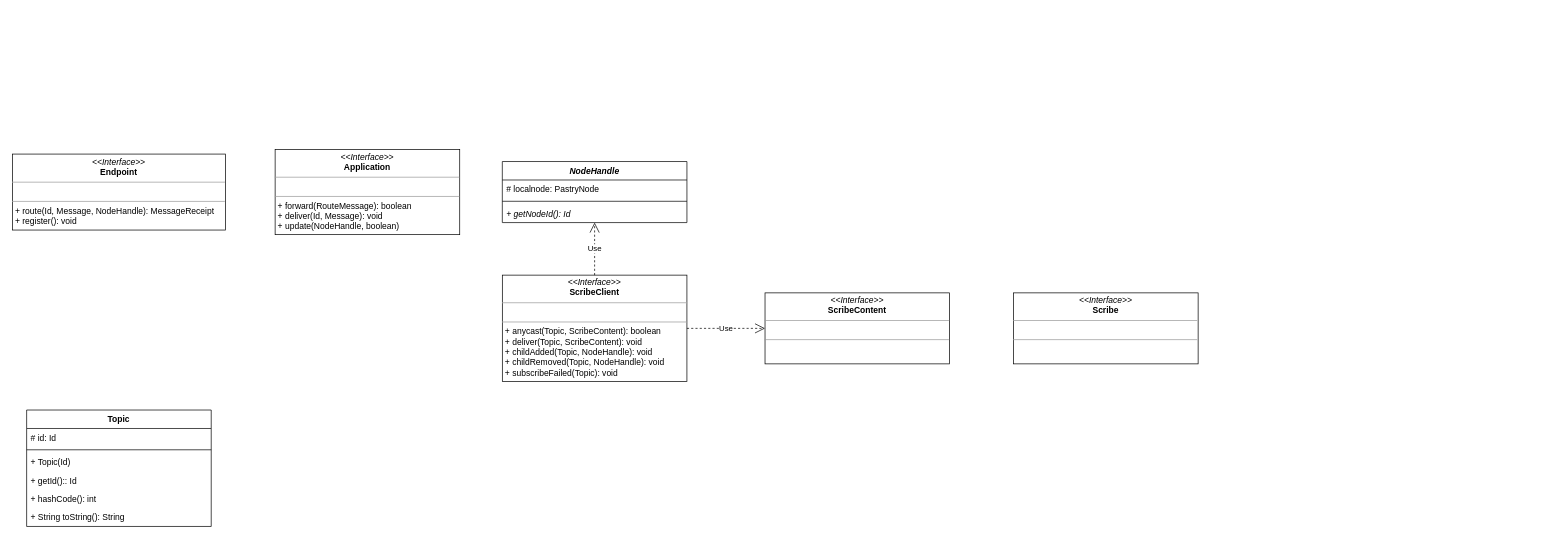
OneOverThree/PastryTest keeps this draw.io diagram as Scribe.drawio. Above is the earlier version. Source tidied: cells renumbered, new cells numbered last; positions are measured from the earlier drawing's top-left corner, leaving out a move shared by most shapes. Both pictures are drawn from the tidied source at 71%, with x=0, y=0 at pixel (12, 149).
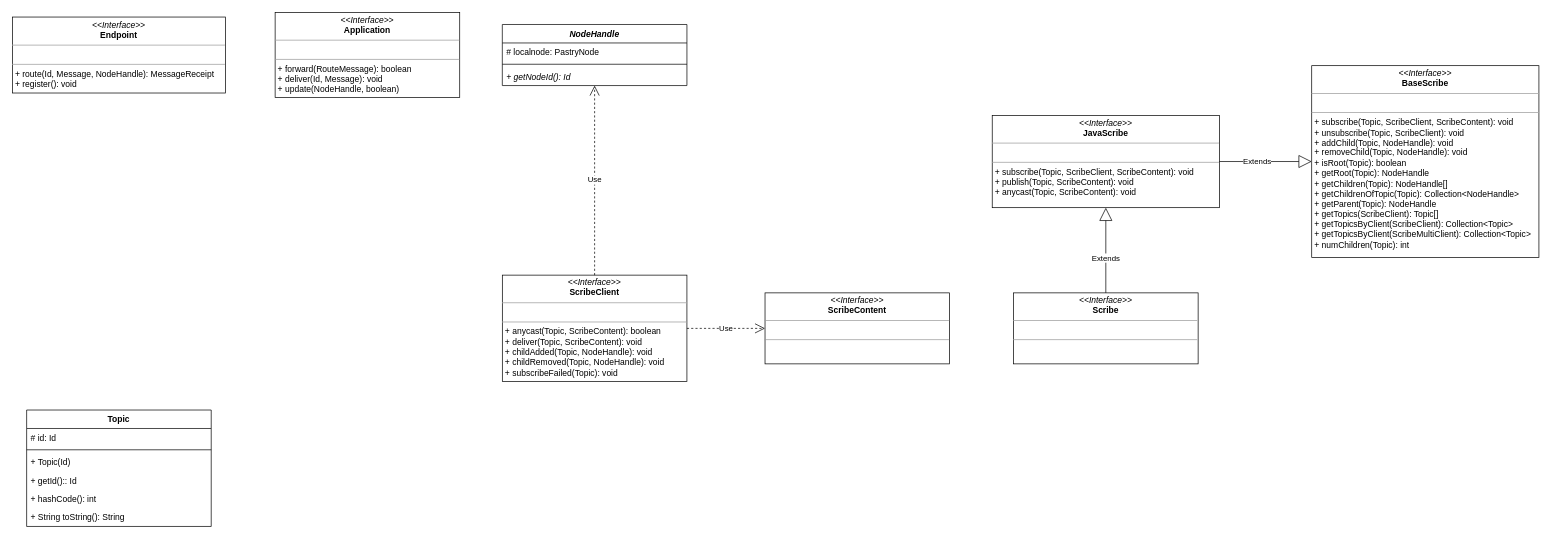
The same diagram, later.

The change refers to these unchanged cells:
```xml
<mxCell id="19" value="&lt;p style=&quot;margin:0px;margin-top:4px;text-align:center;&quot;&gt;&lt;i&gt;&amp;lt;&amp;lt;Interface&amp;gt;&amp;gt;&lt;/i&gt;&lt;br&gt;&lt;b&gt;Scribe&lt;/b&gt;&lt;br&gt;&lt;/p&gt;&lt;hr size=&quot;1&quot;&gt;&lt;p style=&quot;margin:0px;margin-left:4px;&quot;&gt;&lt;br&gt;&lt;/p&gt;&lt;hr size=&quot;1&quot;&gt;&lt;p style=&quot;margin:0px;margin-left:4px;&quot;&gt;&lt;br&gt;&lt;/p&gt;" style="verticalAlign=top;align=left;overflow=fill;fontSize=12;fontFamily=Helvetica;html=1;rounded=0;shadow=0;comic=0;labelBackgroundColor=none;strokeWidth=1;" parent="1" vertex="1">
  <mxGeometry x="1410" y="202" width="260" height="100" as="geometry" />
</mxCell>
```

Change to the diagram source:
```diff
@@
     <mxCell id="2" value="&lt;p style=&quot;margin:0px;margin-top:4px;text-align:center;&quot;&gt;&lt;i&gt;&amp;lt;&amp;lt;Interface&amp;gt;&amp;gt;&lt;/i&gt;&lt;br&gt;&lt;b&gt;Application&lt;/b&gt;&lt;br&gt;&lt;/p&gt;&lt;hr size=&quot;1&quot;&gt;&lt;p style=&quot;margin:0px;margin-left:4px;&quot;&gt;&lt;br&gt;&lt;/p&gt;&lt;hr size=&quot;1&quot;&gt;&lt;p style=&quot;margin:0px;margin-left:4px;&quot;&gt;+ forward(RouteMessage): boolean&lt;br&gt;&lt;/p&gt;&lt;p style=&quot;margin:0px;margin-left:4px;&quot;&gt;+ deliver(Id, Message)&lt;span style=&quot;background-color: initial;&quot;&gt;: void&lt;/span&gt;&lt;/p&gt;&lt;p style=&quot;margin:0px;margin-left:4px;&quot;&gt;&lt;span style=&quot;background-color: initial;&quot;&gt;+ update(NodeHandle, boolean)&lt;/span&gt;&lt;/p&gt;" style="verticalAlign=top;align=left;overflow=fill;fontSize=12;fontFamily=Helvetica;html=1;rounded=0;shadow=0;comic=0;labelBackgroundColor=none;strokeWidth=1;" parent="1" vertex="1">
-      <mxGeometry x="370" width="260" height="120" as="geometry" />
+      <mxGeometry x="370" y="-193" width="260" height="120" as="geometry" />
     </mxCell>
@@
     <mxCell id="4" value="NodeHandle" style="swimlane;fontStyle=3;align=center;verticalAlign=top;horizontal=1;startSize=26;" parent="1" vertex="1">
-      <mxGeometry x="690" y="17" width="260" height="86" as="geometry" />
+      <mxGeometry x="690" y="-176" width="260" height="86" as="geometry" />
     </mxCell>
@@
     <mxCell id="18" value="&lt;p style=&quot;margin:0px;margin-top:4px;text-align:center;&quot;&gt;&lt;i&gt;&amp;lt;&amp;lt;Interface&amp;gt;&amp;gt;&lt;/i&gt;&lt;br&gt;&lt;b&gt;Endpoint&lt;/b&gt;&lt;br&gt;&lt;/p&gt;&lt;hr size=&quot;1&quot;&gt;&lt;p style=&quot;margin:0px;margin-left:4px;&quot;&gt;&lt;br&gt;&lt;/p&gt;&lt;hr size=&quot;1&quot;&gt;&lt;p style=&quot;margin:0px;margin-left:4px;&quot;&gt;+ route(Id, Message, NodeHandle): MessageReceipt&lt;br&gt;&lt;/p&gt;&lt;p style=&quot;margin:0px;margin-left:4px;&quot;&gt;+&amp;nbsp;register()&lt;span style=&quot;background-color: initial;&quot;&gt;: void&lt;/span&gt;&lt;/p&gt;" style="verticalAlign=top;align=left;overflow=fill;fontSize=12;fontFamily=Helvetica;html=1;rounded=0;shadow=0;comic=0;labelBackgroundColor=none;strokeWidth=1;" parent="1" vertex="1">
-      <mxGeometry y="6.5" width="300" height="107" as="geometry" />
+      <mxGeometry y="-186.5" width="300" height="107" as="geometry" />
     </mxCell>
@@
+    <mxCell id="20" value="&lt;p style=&quot;margin:0px;margin-top:4px;text-align:center;&quot;&gt;&lt;i&gt;&amp;lt;&amp;lt;Interface&amp;gt;&amp;gt;&lt;/i&gt;&lt;br&gt;&lt;b&gt;JavaScribe&lt;/b&gt;&lt;br&gt;&lt;/p&gt;&lt;hr size=&quot;1&quot;&gt;&lt;p style=&quot;margin:0px;margin-left:4px;&quot;&gt;&lt;br&gt;&lt;/p&gt;&lt;hr size=&quot;1&quot;&gt;&lt;p style=&quot;margin:0px;margin-left:4px;&quot;&gt;+ subscribe(Topic, ScribeClient, ScribeContent): void&lt;/p&gt;&lt;p style=&quot;margin:0px;margin-left:4px;&quot;&gt;+ publish(Topic, ScribeContent): void&lt;/p&gt;&lt;p style=&quot;margin:0px;margin-left:4px;&quot;&gt;+ anycast(Topic, ScribeContent): void&lt;/p&gt;" style="verticalAlign=top;align=left;overflow=fill;fontSize=12;fontFamily=Helvetica;html=1;rounded=0;shadow=0;comic=0;labelBackgroundColor=none;strokeWidth=1;" parent="1" vertex="1">
+      <mxGeometry x="1380" y="-48" width="320" height="130" as="geometry" />
+    </mxCell>
+    <mxCell id="21" value="Extends" style="endArrow=block;endSize=16;endFill=0;html=1;rounded=0;" parent="1" edge="1" source="19" target="20">
+      <mxGeometry x="-0.18" relative="1" as="geometry" />
+    </mxCell>
+    <mxCell id="22" value="&lt;p style=&quot;margin:0px;margin-top:4px;text-align:center;&quot;&gt;&lt;i&gt;&amp;lt;&amp;lt;Interface&amp;gt;&amp;gt;&lt;/i&gt;&lt;br&gt;&lt;b&gt;BaseScribe&lt;/b&gt;&lt;br&gt;&lt;/p&gt;&lt;hr size=&quot;1&quot;&gt;&lt;p style=&quot;margin:0px;margin-left:4px;&quot;&gt;&lt;br&gt;&lt;/p&gt;&lt;hr size=&quot;1&quot;&gt;&lt;p style=&quot;margin:0px;margin-left:4px;&quot;&gt;+ subscribe(Topic, ScribeClient, ScribeContent): void&lt;/p&gt;&lt;p style=&quot;margin:0px;margin-left:4px;&quot;&gt;+ unsubscribe(Topic, ScribeClient): void&lt;br&gt;&lt;/p&gt;&lt;p style=&quot;margin:0px;margin-left:4px;&quot;&gt;+ addChild(Topic, NodeHandle): void&lt;/p&gt;&lt;p style=&quot;margin:0px;margin-left:4px;&quot;&gt;+ removeChild(Topic, NodeHandle): void&lt;/p&gt;&lt;p style=&quot;margin:0px;margin-left:4px;&quot;&gt;+ isRoot(Topic): boolean&lt;/p&gt;&lt;p style=&quot;margin:0px;margin-left:4px;&quot;&gt;+ getRoot(Topic): NodeHandle&lt;/p&gt;&lt;p style=&quot;margin:0px;margin-left:4px;&quot;&gt;+ getChildren(Topic): NodeHandle[]&lt;/p&gt;&lt;p style=&quot;margin:0px;margin-left:4px;&quot;&gt;+ getChildrenOfTopic(Topic): Collection&amp;lt;NodeHandle&amp;gt;&lt;/p&gt;&lt;p style=&quot;margin:0px;margin-left:4px;&quot;&gt;+ getParent(Topic): NodeHandle&lt;/p&gt;&lt;p style=&quot;margin:0px;margin-left:4px;&quot;&gt;+ getTopics(ScribeClient): Topic[]&lt;/p&gt;&lt;p style=&quot;margin:0px;margin-left:4px;&quot;&gt;+ getTopicsByClient(ScribeClient): Collection&amp;lt;Topic&amp;gt;&lt;/p&gt;&lt;p style=&quot;margin:0px;margin-left:4px;&quot;&gt;+ getTopicsByClient(ScribeMultiClient): Collection&amp;lt;Topic&amp;gt;&lt;/p&gt;&lt;p style=&quot;margin:0px;margin-left:4px;&quot;&gt;+ numChildren(Topic): int&lt;/p&gt;" style="verticalAlign=top;align=left;overflow=fill;fontSize=12;fontFamily=Helvetica;html=1;rounded=0;shadow=0;comic=0;labelBackgroundColor=none;strokeWidth=1;" parent="1" vertex="1">
+      <mxGeometry x="1830" y="-118" width="320" height="270" as="geometry" />
+    </mxCell>
+    <mxCell id="23" value="Extends" style="endArrow=block;endSize=16;endFill=0;html=1;rounded=0;" parent="1" edge="1" source="20" target="22">
+      <mxGeometry x="-0.18" relative="1" as="geometry" />
+    </mxCell>
```
